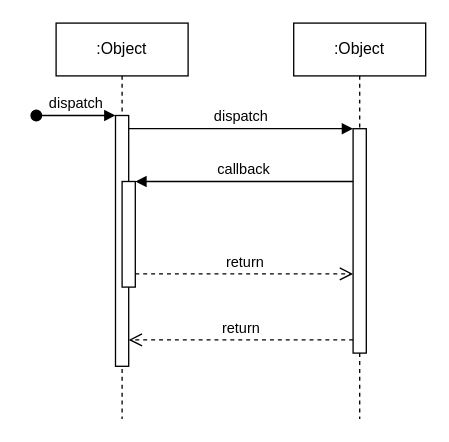
Before: Untitled Diagram.drawio in kunxuxiang/new-pac, a draw.io diagram. Source tidied: cells renumbered, new cells numbered last; positions are measured from the earlier drawing's top-left corner, leaving out a move shared by most shapes. Both pictures are drawn from the tidied source at 132%, with x=0, y=0 at pixel (36, 22).
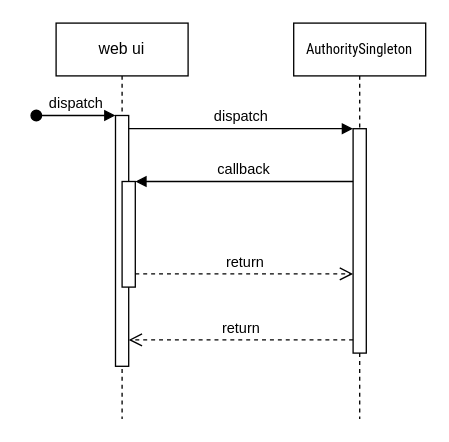
After the change.

The edit, as a diff of the source:
```diff
@@
 <mxGraphModel>
   <root>
     <mxCell id="0" />
     <mxCell id="1" parent="0" />
-    <mxCell id="2" value=":Object" style="shape=umlLifeline;perimeter=lifelinePerimeter;whiteSpace=wrap;html=1;newEdgeStyle={&quot;edgeStyle&quot;:&quot;elbowEdgeStyle&quot;,&quot;elbow&quot;:&quot;vertical&quot;,&quot;curved&quot;:0,&quot;rounded&quot;:0};" parent="1" vertex="1">
+    <mxCell id="2" value="web ui" style="shape=umlLifeline;perimeter=lifelinePerimeter;whiteSpace=wrap;html=1;newEdgeStyle={&quot;edgeStyle&quot;:&quot;elbowEdgeStyle&quot;,&quot;elbow&quot;:&quot;vertical&quot;,&quot;curved&quot;:0,&quot;rounded&quot;:0};" parent="1" vertex="1">
       <mxGeometry x="15" width="100" height="300" as="geometry" />
     </mxCell>
     <mxCell id="3" style="html=1;points=[];perimeter=orthogonalPerimeter;outlineConnect=0;targetShapes=umlLifeline;portConstraint=eastwest;newEdgeStyle={&quot;edgeStyle&quot;:&quot;elbowEdgeStyle&quot;,&quot;elbow&quot;:&quot;vertical&quot;,&quot;curved&quot;:0,&quot;rounded&quot;:0};" parent="2" vertex="1">
       <mxGeometry x="45" y="70" width="10" height="190" as="geometry" />
     </mxCell>
     <mxCell id="4" value="dispatch" style="html=1;verticalAlign=bottom;startArrow=oval;endArrow=block;startSize=8;edgeStyle=elbowEdgeStyle;elbow=vertical;curved=0;rounded=0;" parent="2" edge="1" target="3">
       <mxGeometry relative="1" as="geometry">
         <mxPoint x="-15" y="70" as="sourcePoint" />
       </mxGeometry>
     </mxCell>
     <mxCell id="5" style="html=1;points=[];perimeter=orthogonalPerimeter;outlineConnect=0;targetShapes=umlLifeline;portConstraint=eastwest;newEdgeStyle={&quot;edgeStyle&quot;:&quot;elbowEdgeStyle&quot;,&quot;elbow&quot;:&quot;vertical&quot;,&quot;curved&quot;:0,&quot;rounded&quot;:0};" parent="2" vertex="1">
       <mxGeometry x="50" y="120" width="10" height="80" as="geometry" />
     </mxCell>
-    <mxCell id="6" value=":Object" style="shape=umlLifeline;perimeter=lifelinePerimeter;whiteSpace=wrap;html=1;newEdgeStyle={&quot;edgeStyle&quot;:&quot;elbowEdgeStyle&quot;,&quot;elbow&quot;:&quot;vertical&quot;,&quot;curved&quot;:0,&quot;rounded&quot;:0};" parent="1" vertex="1">
+    <mxCell id="6" value="&lt;pre&gt;&lt;font face=&quot;Roboto Condensed&quot;&gt;&lt;span style=&quot;font-size: 11.0667px;&quot;&gt;AuthoritySingleton&lt;/span&gt;&lt;/font&gt;&lt;/pre&gt;" style="shape=umlLifeline;perimeter=lifelinePerimeter;whiteSpace=wrap;html=1;newEdgeStyle={&quot;edgeStyle&quot;:&quot;elbowEdgeStyle&quot;,&quot;elbow&quot;:&quot;vertical&quot;,&quot;curved&quot;:0,&quot;rounded&quot;:0};fontColor=#000000;" parent="1" vertex="1">
       <mxGeometry x="195" width="100" height="300" as="geometry" />
     </mxCell>
     <mxCell id="7" style="html=1;points=[];perimeter=orthogonalPerimeter;outlineConnect=0;targetShapes=umlLifeline;portConstraint=eastwest;newEdgeStyle={&quot;edgeStyle&quot;:&quot;elbowEdgeStyle&quot;,&quot;elbow&quot;:&quot;vertical&quot;,&quot;curved&quot;:0,&quot;rounded&quot;:0};" parent="6" vertex="1">
       <mxGeometry x="45" y="80" width="10" height="170" as="geometry" />
     </mxCell>
     <mxCell id="8" value="dispatch" style="html=1;verticalAlign=bottom;endArrow=block;edgeStyle=elbowEdgeStyle;elbow=vertical;curved=0;rounded=0;" parent="1" edge="1" source="3" target="7">
       <mxGeometry relative="1" as="geometry">
         <Array as="points">
           <mxPoint x="155" y="80" />
         </Array>
       </mxGeometry>
     </mxCell>
     <mxCell id="9" value="return" style="html=1;verticalAlign=bottom;endArrow=open;dashed=1;endSize=8;edgeStyle=elbowEdgeStyle;elbow=vertical;curved=0;rounded=0;" parent="1" edge="1" source="7" target="3">
       <mxGeometry relative="1" as="geometry">
         <Array as="points">
           <mxPoint x="165" y="240" />
         </Array>
       </mxGeometry>
     </mxCell>
     <mxCell id="10" value="callback" style="html=1;verticalAlign=bottom;endArrow=block;edgeStyle=elbowEdgeStyle;elbow=vertical;curved=0;rounded=0;" parent="1" edge="1" source="7" target="5">
       <mxGeometry relative="1" as="geometry">
         <Array as="points">
           <mxPoint x="165" y="120" />
         </Array>
       </mxGeometry>
     </mxCell>
     <mxCell id="11" value="return" style="html=1;verticalAlign=bottom;endArrow=open;dashed=1;endSize=8;edgeStyle=elbowEdgeStyle;elbow=vertical;curved=0;rounded=0;" parent="1" edge="1" source="5" target="7">
       <mxGeometry relative="1" as="geometry">
         <Array as="points">
           <mxPoint x="155" y="190" />
         </Array>
       </mxGeometry>
     </mxCell>
   </root>
 </mxGraphModel>
```
